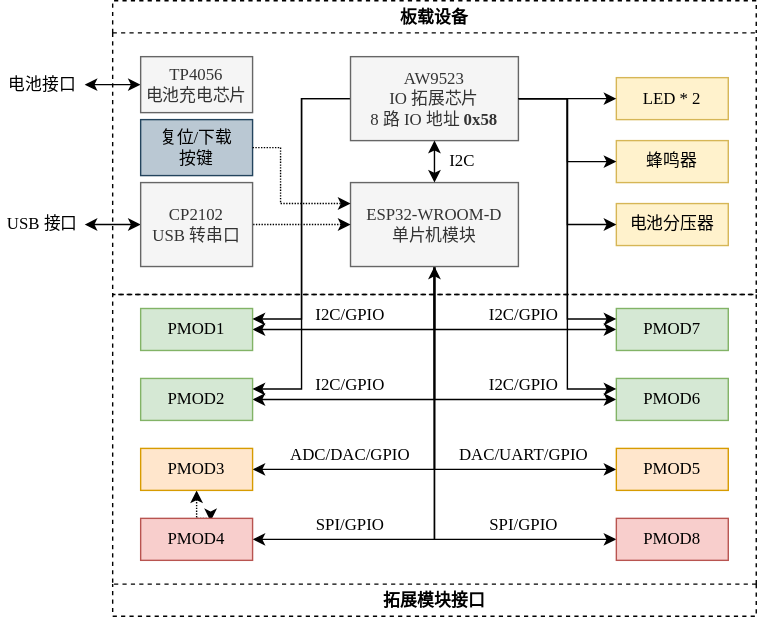
The draw.io diagram docs/basic/assets/BTED-ESP32-Blockdiagram.drawio.svg in BUAA-BTED/docs, before a commit. Source tidied: cells renumbered, new cells last; positions are measured from the earlier drawing's top-left corner, leaving out a move shared by most shapes.
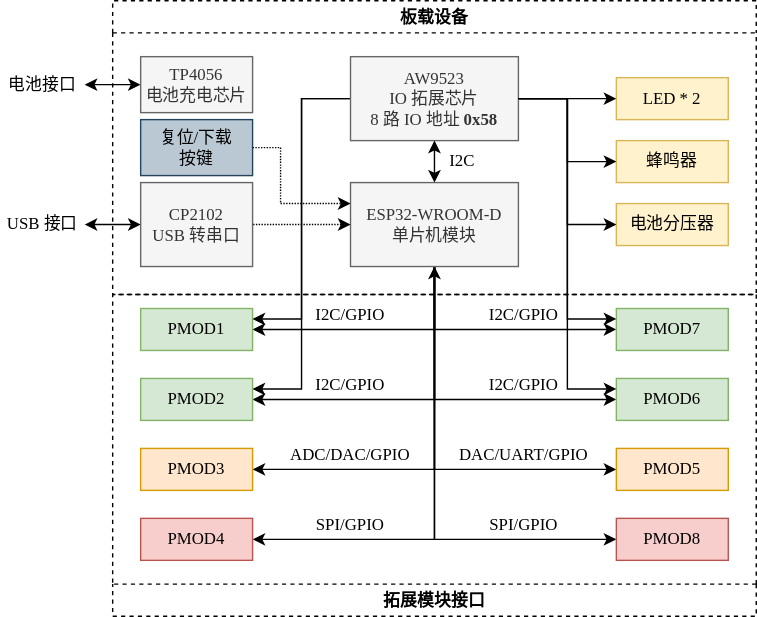
After the change.

Commit message:
改正了核心板框图的错误

Change to the diagram source:
```diff
@@ -32,9 +32,6 @@
     <mxCell id="11" value="PMOD2" style="rounded=0;whiteSpace=wrap;html=1;fontFamily=Lucida Console;fillColor=#d5e8d4;strokeColor=#82b366;" parent="1" vertex="1">
       <mxGeometry x="100" y="270" width="80" height="30" as="geometry" />
     </mxCell>
-    <mxCell id="12" style="edgeStyle=orthogonalEdgeStyle;rounded=0;sketch=0;jettySize=auto;html=1;entryX=0.625;entryY=0.067;entryDx=0;entryDy=0;entryPerimeter=0;dashed=1;dashPattern=1 1;fontFamily=Lucida Console;startArrow=classic;startFill=1;" parent="1" edge="1" source="13" target="17">
-      <mxGeometry relative="1" as="geometry" />
-    </mxCell>
     <mxCell id="13" value="PMOD3" style="rounded=0;whiteSpace=wrap;html=1;fontFamily=Lucida Console;fillColor=#ffe6cc;strokeColor=#d79b00;" parent="1" vertex="1">
       <mxGeometry x="100" y="320" width="80" height="30" as="geometry" />
     </mxCell>
```
